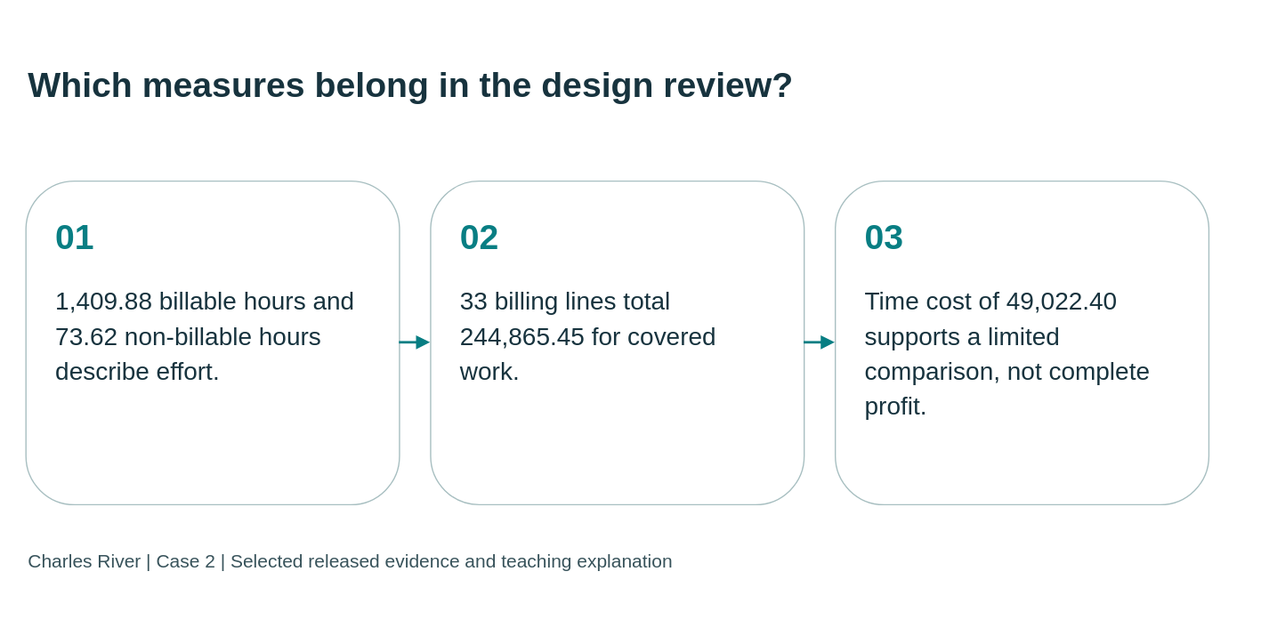
Before: static/diagrams/cases/case02-bridge.svg, a diagram exported from draw.io (mmcodesso/CharlesRiver_Database). Source tidied: cells renumbered, new cells last; positions are measured from the earlier drawing's top-left corner, leaving out a move shared by most shapes. Its diagram source:
```xml
<mxGraphModel background="#f5f5ee">
  <root>
    <mxCell id="0" />
    <mxCell id="1" parent="0" />
    <mxCell id="2" value="Which measures belong in the design review?" style="text;html=0;strokeColor=none;fillColor=none;align=left;verticalAlign=middle;whiteSpace=wrap;fontSize=28;fontStyle=1;fontColor=#17333e;fontFamily=Arial;" parent="1" vertex="1">
      <mxGeometry width="950" height="95" as="geometry" />
    </mxCell>
    <mxCell id="3" value="&lt;div style=&quot;font-size:28px;color:#087e83;font-weight:bold;margin-bottom:20px&quot;&gt;01&lt;/div&gt;&lt;div style=&quot;font-size:20px;line-height:1.4&quot;&gt;1,409.88 billable hours and 73.62 non-billable hours describe effort.&lt;/div&gt;" style="rounded=1;whiteSpace=wrap;html=1;fillColor=#ffffff;strokeColor=#a8bfc1;fontColor=#17333e;align=left;verticalAlign=top;spacing=24;fontFamily=Arial;fontSize=20;" parent="1" vertex="1">
      <mxGeometry y="125" width="300" height="260" as="geometry" />
    </mxCell>
    <mxCell id="4" value="&lt;div style=&quot;font-size:28px;color:#087e83;font-weight:bold;margin-bottom:20px&quot;&gt;02&lt;/div&gt;&lt;div style=&quot;font-size:20px;line-height:1.4&quot;&gt;33 billing lines total 244,865.45 for covered work.&lt;/div&gt;" style="rounded=1;whiteSpace=wrap;html=1;fillColor=#ffffff;strokeColor=#a8bfc1;fontColor=#17333e;align=left;verticalAlign=top;spacing=24;fontFamily=Arial;fontSize=20;" parent="1" vertex="1">
      <mxGeometry x="325" y="125" width="300" height="260" as="geometry" />
    </mxCell>
    <mxCell id="5" value="&lt;div style=&quot;font-size:28px;color:#087e83;font-weight:bold;margin-bottom:20px&quot;&gt;03&lt;/div&gt;&lt;div style=&quot;font-size:20px;line-height:1.4&quot;&gt;Time cost of 49,022.40 supports a limited comparison, not complete profit.&lt;/div&gt;" style="rounded=1;whiteSpace=wrap;html=1;fillColor=#ffffff;strokeColor=#a8bfc1;fontColor=#17333e;align=left;verticalAlign=top;spacing=24;fontFamily=Arial;fontSize=20;" parent="1" vertex="1">
      <mxGeometry x="650" y="125" width="300" height="260" as="geometry" />
    </mxCell>
    <mxCell id="6" style="edgeStyle=orthogonalEdgeStyle;rounded=0;html=1;endArrow=block;endFill=1;strokeColor=#087e83;strokeWidth=2;" parent="1" edge="1" source="3" target="4">
      <mxGeometry relative="1" as="geometry" />
    </mxCell>
    <mxCell id="7" style="edgeStyle=orthogonalEdgeStyle;rounded=0;html=1;endArrow=block;endFill=1;strokeColor=#087e83;strokeWidth=2;" parent="1" edge="1" source="4" target="5">
      <mxGeometry relative="1" as="geometry" />
    </mxCell>
    <mxCell id="8" value="Charles River | Case 2 | Selected released evidence and teaching explanation" style="text;html=0;strokeColor=none;fillColor=none;align=left;fontSize=15;fontColor=#38535b;fontFamily=Arial;" parent="1" vertex="1">
      <mxGeometry y="415" width="950" height="35" as="geometry" />
    </mxCell>
  </root>
</mxGraphModel>
```
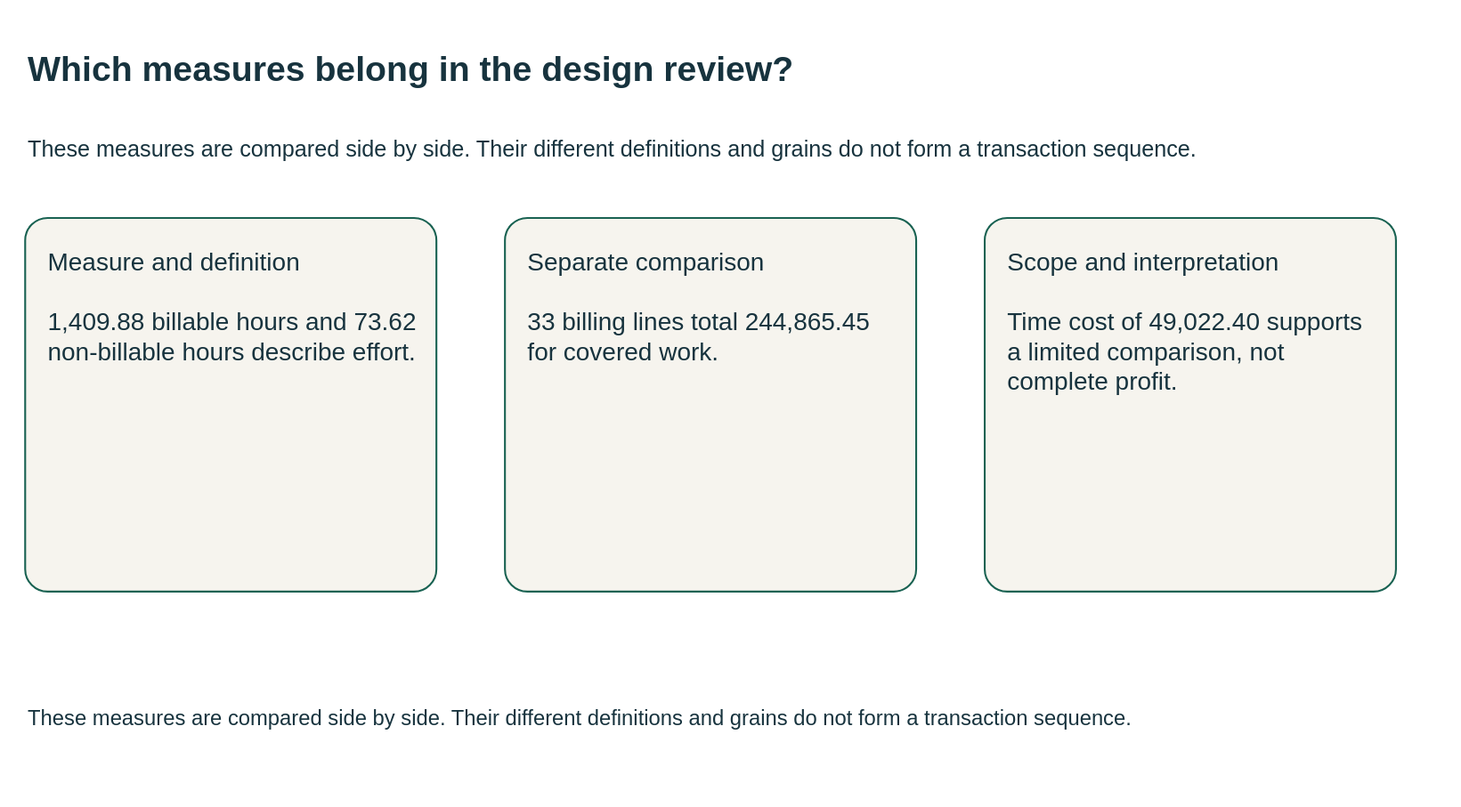
The same diagram one commit later.

What changed in the source:
```diff
@@ -1,27 +1,24 @@
-<mxGraphModel background="#f5f5ee">
+<mxGraphModel background="#FFFFFF">
   <root>
     <mxCell id="0" />
     <mxCell id="1" parent="0" />
-    <mxCell id="2" value="Which measures belong in the design review?" style="text;html=0;strokeColor=none;fillColor=none;align=left;verticalAlign=middle;whiteSpace=wrap;fontSize=28;fontStyle=1;fontColor=#17333e;fontFamily=Arial;" parent="1" vertex="1">
-      <mxGeometry width="950" height="95" as="geometry" />
+    <mxCell id="2" value="Which measures belong in the design review?" style="html=0;fontFamily=Arial;fontSize=20;fontColor=#17333e;strokeColor=#196252;strokeWidth=1.5;whiteSpace=wrap;text;strokeColor=none;fillColor=none;align=left;verticalAlign=middle;fontSize=28;fontStyle=1;" parent="1" vertex="1">
+      <mxGeometry y="-10" width="1110" height="70" as="geometry" />
     </mxCell>
+    <mxCell id="9" value="These measures are compared side by side. Their different definitions and grains do not form a transaction sequence." style="html=0;fontFamily=Arial;fontSize=20;fontColor=#17333e;strokeColor=#196252;strokeWidth=1.5;whiteSpace=wrap;text;strokeColor=none;fillColor=none;align=left;verticalAlign=middle;fontSize=18;fontStyle=0;" parent="1" vertex="1">
+      <mxGeometry y="62" width="1110" height="55" as="geometry" />
+    </mxCell>
-    <mxCell id="3" value="&lt;div style=&quot;font-size:28px;color:#087e83;font-weight:bold;margin-bottom:20px&quot;&gt;01&lt;/div&gt;&lt;div style=&quot;font-size:20px;line-height:1.4&quot;&gt;1,409.88 billable hours and 73.62 non-billable hours describe effort.&lt;/div&gt;" style="rounded=1;whiteSpace=wrap;html=1;fillColor=#ffffff;strokeColor=#a8bfc1;fontColor=#17333e;align=left;verticalAlign=top;spacing=24;fontFamily=Arial;fontSize=20;" parent="1" vertex="1">
-      <mxGeometry y="125" width="300" height="260" as="geometry" />
+    <mxCell id="3" value="Measure and definition&#10;&#10;1,409.88 billable hours and 73.62 non-billable hours describe effort." style="html=0;fontFamily=Arial;fontSize=20;fontColor=#17333e;strokeColor=#196252;strokeWidth=1.5;whiteSpace=wrap;rounded=1;arcSize=6;fillColor=#f6f4ee;align=left;verticalAlign=top;spacing=18;" parent="1" vertex="1">
+      <mxGeometry y="145" width="330" height="300" as="geometry" />
     </mxCell>
-    <mxCell id="4" value="&lt;div style=&quot;font-size:28px;color:#087e83;font-weight:bold;margin-bottom:20px&quot;&gt;02&lt;/div&gt;&lt;div style=&quot;font-size:20px;line-height:1.4&quot;&gt;33 billing lines total 244,865.45 for covered work.&lt;/div&gt;" style="rounded=1;whiteSpace=wrap;html=1;fillColor=#ffffff;strokeColor=#a8bfc1;fontColor=#17333e;align=left;verticalAlign=top;spacing=24;fontFamily=Arial;fontSize=20;" parent="1" vertex="1">
-      <mxGeometry x="325" y="125" width="300" height="260" as="geometry" />
+    <mxCell id="4" value="Separate comparison&#10;&#10;33 billing lines total 244,865.45 for covered work." style="html=0;fontFamily=Arial;fontSize=20;fontColor=#17333e;strokeColor=#196252;strokeWidth=1.5;whiteSpace=wrap;rounded=1;arcSize=6;fillColor=#f6f4ee;align=left;verticalAlign=top;spacing=18;" parent="1" vertex="1">
+      <mxGeometry x="385" y="145" width="330" height="300" as="geometry" />
     </mxCell>
-    <mxCell id="5" value="&lt;div style=&quot;font-size:28px;color:#087e83;font-weight:bold;margin-bottom:20px&quot;&gt;03&lt;/div&gt;&lt;div style=&quot;font-size:20px;line-height:1.4&quot;&gt;Time cost of 49,022.40 supports a limited comparison, not complete profit.&lt;/div&gt;" style="rounded=1;whiteSpace=wrap;html=1;fillColor=#ffffff;strokeColor=#a8bfc1;fontColor=#17333e;align=left;verticalAlign=top;spacing=24;fontFamily=Arial;fontSize=20;" parent="1" vertex="1">
-      <mxGeometry x="650" y="125" width="300" height="260" as="geometry" />
+    <mxCell id="5" value="Scope and interpretation&#10;&#10;Time cost of 49,022.40 supports a limited comparison, not complete profit." style="html=0;fontFamily=Arial;fontSize=20;fontColor=#17333e;strokeColor=#196252;strokeWidth=1.5;whiteSpace=wrap;rounded=1;arcSize=6;fillColor=#f6f4ee;align=left;verticalAlign=top;spacing=18;" parent="1" vertex="1">
+      <mxGeometry x="770" y="145" width="330" height="300" as="geometry" />
     </mxCell>
-    <mxCell id="6" style="edgeStyle=orthogonalEdgeStyle;rounded=0;html=1;endArrow=block;endFill=1;strokeColor=#087e83;strokeWidth=2;" parent="1" edge="1" source="3" target="4">
-      <mxGeometry relative="1" as="geometry" />
-    </mxCell>
-    <mxCell id="7" style="edgeStyle=orthogonalEdgeStyle;rounded=0;html=1;endArrow=block;endFill=1;strokeColor=#087e83;strokeWidth=2;" parent="1" edge="1" source="4" target="5">
-      <mxGeometry relative="1" as="geometry" />
-    </mxCell>
-    <mxCell id="8" value="Charles River | Case 2 | Selected released evidence and teaching explanation" style="text;html=0;strokeColor=none;fillColor=none;align=left;fontSize=15;fontColor=#38535b;fontFamily=Arial;" parent="1" vertex="1">
-      <mxGeometry y="415" width="950" height="35" as="geometry" />
+    <mxCell id="8" value="These measures are compared side by side. Their different definitions and grains do not form a transaction sequence." style="html=0;fontFamily=Arial;fontSize=20;fontColor=#17333e;strokeColor=#196252;strokeWidth=1.5;whiteSpace=wrap;text;strokeColor=none;fillColor=none;align=left;verticalAlign=middle;fontSize=17;fontStyle=0;" parent="1" vertex="1">
+      <mxGeometry y="517" width="1110" height="60" as="geometry" />
     </mxCell>
   </root>
 </mxGraphModel>
```
